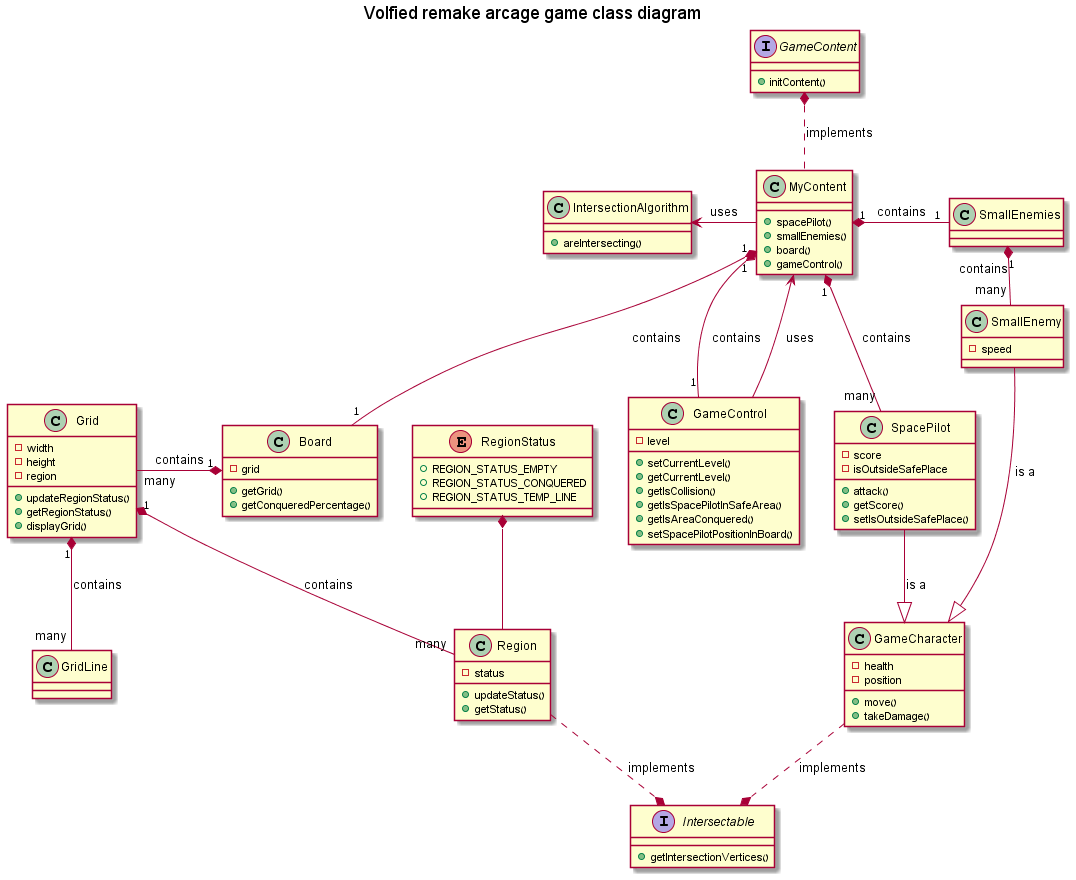
Before: Design/Volfied_SystemClassDiagram4Presentation.png, a diagram exported from PlantUML (Y2PTechnion/TechnionFinalProject).
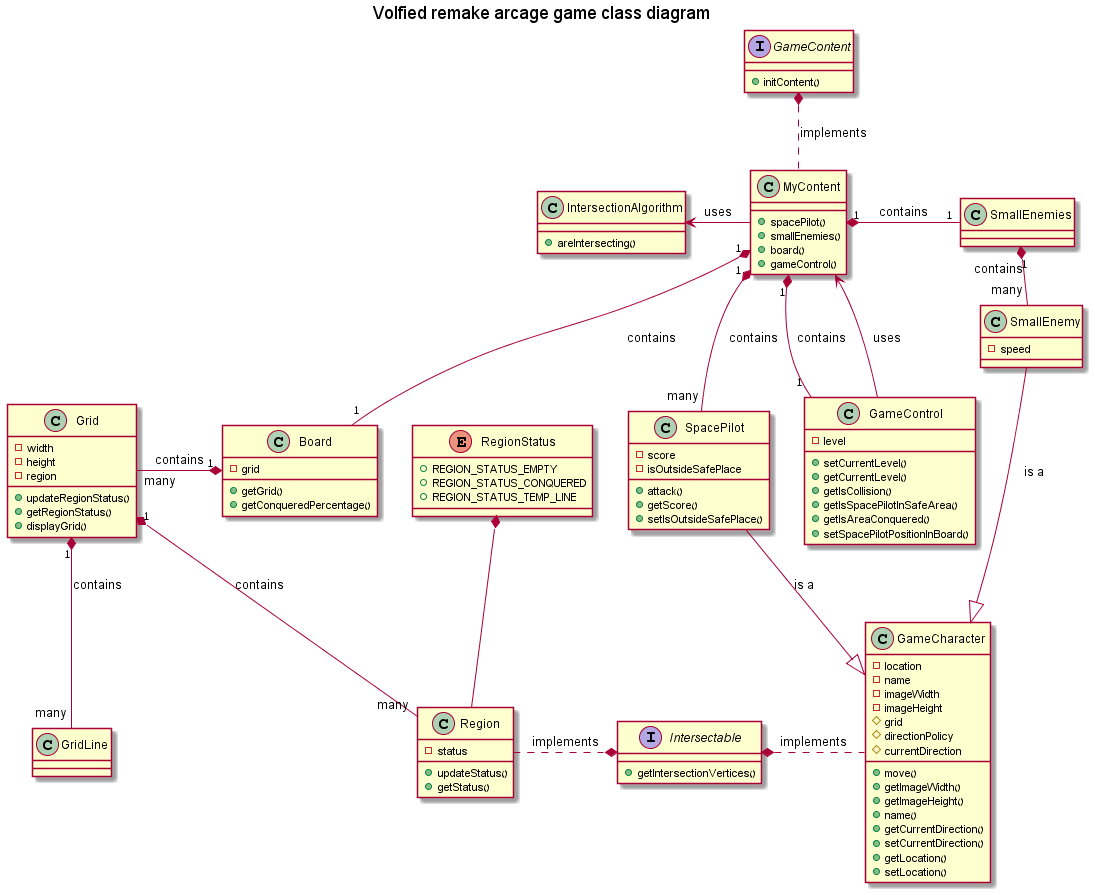
The same file after the commit.

What changed in the source:
```diff
@@ -36,7 +36,7 @@
 	+getStatus()
 }
 
-Region ..* Intersectable : implements
+Region .right.* Intersectable : implements
 
 RegionStatus *-- Region
 
@@ -80,17 +80,28 @@
 }
 
 class GameCharacter {
-	-health
-	-position
+	-location
+	-name
+	-imageWidth
+	-imageHeight
+	#grid
+	#directionPolicy
+	#currentDirection
 
 	+move()
-	+takeDamage()
+	+getImageWidth()
+	+getImageHeight()
+	+name()
+	+getCurrentDirection()
+	+setCurrentDirection()
+	+getLocation()
+	+setLocation()
 }
 
 
 SpacePilot -down-|> GameCharacter  : is a
 SmallEnemy -down-|> GameCharacter  : is a
-GameCharacter .down.* Intersectable : implements
+GameCharacter .left.* Intersectable : implements
 
 class SmallEnemies {
 }
```
